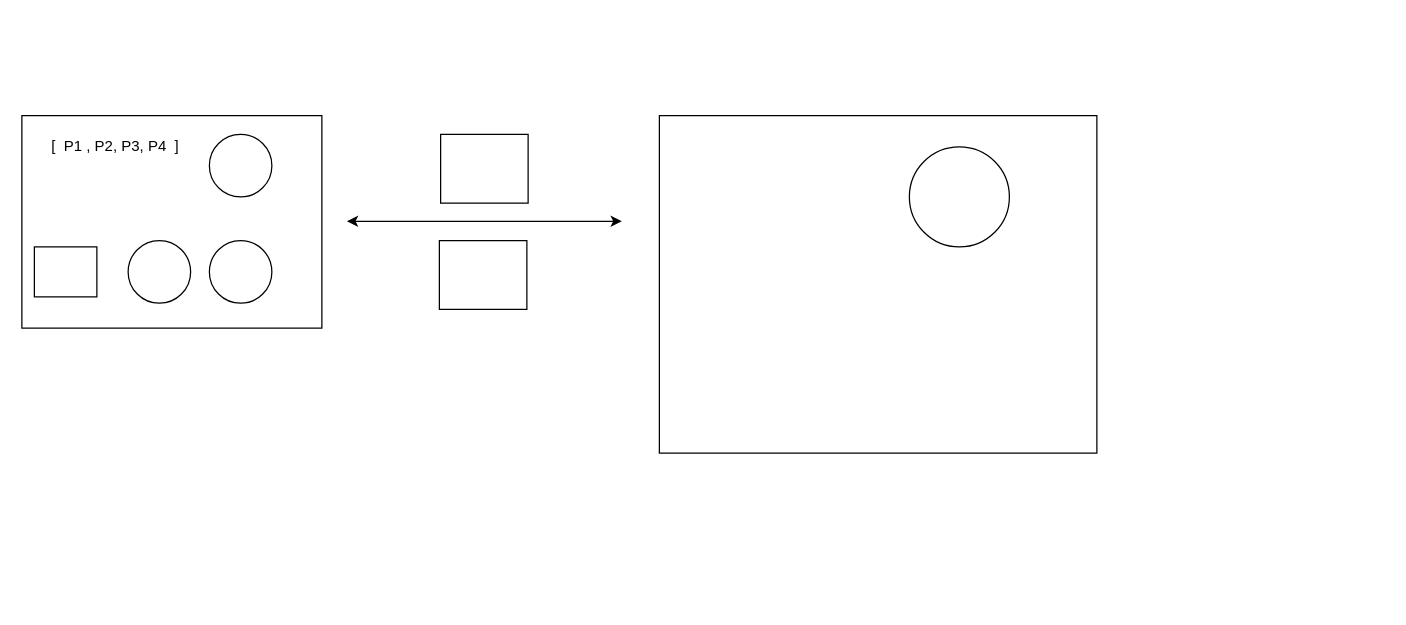
Above: page "Page-35" (35 of 35) of diagramas.drawio in almoril00/MEAN (draw.io), before the change. Source tidied: cells renumbered, new cells numbered last; positions are measured from the earlier drawing's top-left corner, leaving out a move shared by most shapes. Both pictures are drawn from the tidied source at 125%, with x=0, y=0 at pixel (21, 115).
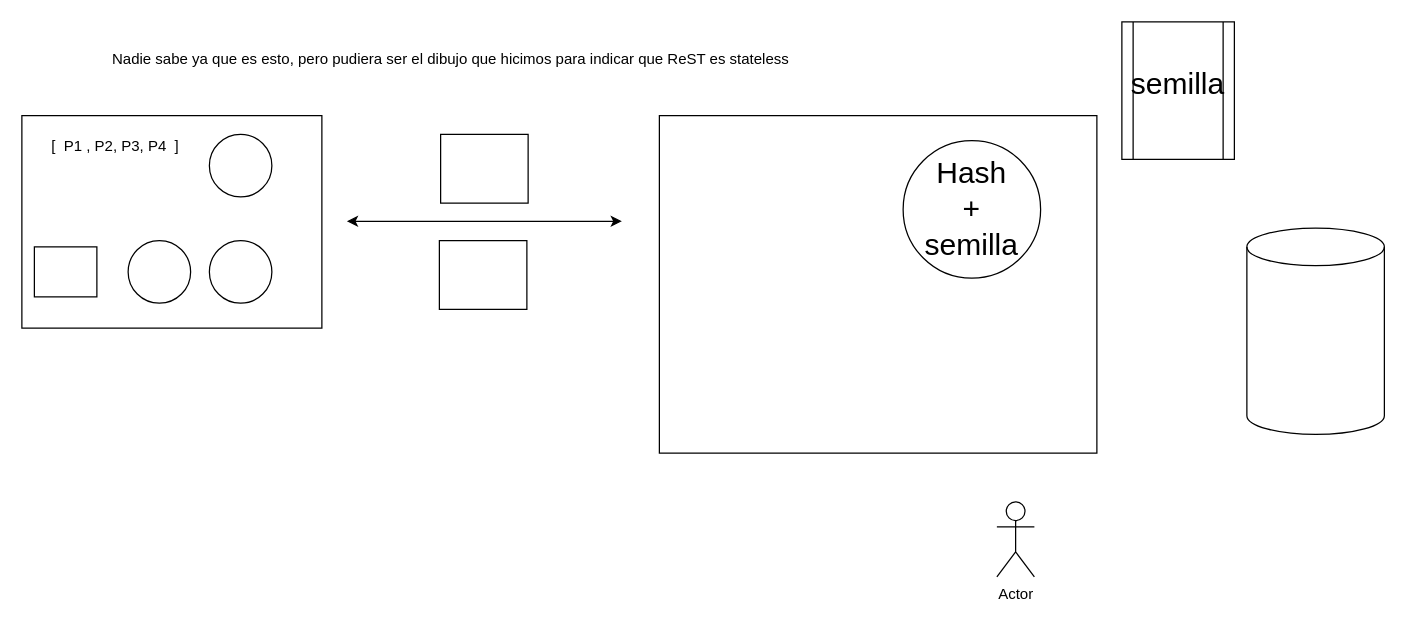
Above is the later version.

Commit message (it also covers changes not shown here):
JAvascript nos prometio que no nos haria daño pero era mentira

The edit, as a diff of the source:
```diff
@@
 <mxGraphModel>
   <root>
     <mxCell id="0" />
     <mxCell id="1" parent="0" />
     <mxCell id="2" style="rounded=0;whiteSpace=wrap;html=1;fillColor=none;" parent="1" vertex="1">
       <mxGeometry x="510" width="350" height="270" as="geometry" />
     </mxCell>
     <mxCell id="3" style="ellipse;whiteSpace=wrap;html=1;fillColor=none;" parent="1" vertex="1">
-      <mxGeometry x="710" y="25" width="80" height="80" as="geometry" />
+      <mxGeometry x="705" y="20" width="110" height="110" as="geometry" />
     </mxCell>
     <mxCell id="4" style="rounded=0;whiteSpace=wrap;html=1;fillColor=none;" parent="1" vertex="1">
       <mxGeometry width="240" height="170" as="geometry" />
     </mxCell>
     <mxCell id="5" style="endArrow=classic;startArrow=classic;html=1;" parent="1" edge="1">
       <mxGeometry relative="1" as="geometry">
         <mxPoint x="260" y="84.5" as="sourcePoint" />
         <mxPoint x="480" y="84.5" as="targetPoint" />
       </mxGeometry>
     </mxCell>
     <mxCell id="6" value="[&amp;nbsp; P1 , P2, P3, P4&amp;nbsp; ]" style="text;html=1;strokeColor=none;fillColor=none;align=center;verticalAlign=middle;whiteSpace=wrap;rounded=0;" parent="1" vertex="1">
       <mxGeometry x="10" y="15" width="130" height="20" as="geometry" />
     </mxCell>
     <mxCell id="7" style="rounded=0;whiteSpace=wrap;html=1;fillColor=none;" parent="1" vertex="1">
       <mxGeometry x="10" y="105" width="50" height="40" as="geometry" />
     </mxCell>
     <mxCell id="8" style="ellipse;whiteSpace=wrap;html=1;fillColor=none;" parent="1" vertex="1">
       <mxGeometry x="85" y="100" width="50" height="50" as="geometry" />
     </mxCell>
     <mxCell id="9" style="ellipse;whiteSpace=wrap;html=1;fillColor=none;" parent="1" vertex="1">
       <mxGeometry x="150" y="100" width="50" height="50" as="geometry" />
     </mxCell>
     <mxCell id="10" style="ellipse;whiteSpace=wrap;html=1;fillColor=none;" parent="1" vertex="1">
       <mxGeometry x="150" y="15" width="50" height="50" as="geometry" />
     </mxCell>
     <mxCell id="11" style="rounded=0;whiteSpace=wrap;html=1;fillColor=none;" parent="1" vertex="1">
       <mxGeometry x="335" y="15" width="70" height="55" as="geometry" />
     </mxCell>
     <mxCell id="12" style="rounded=0;whiteSpace=wrap;html=1;fillColor=none;" parent="1" vertex="1">
       <mxGeometry x="334" y="100" width="70" height="55" as="geometry" />
     </mxCell>
+    <mxCell id="13" value="Nadie sabe ya que es esto, pero pudiera ser el dibujo que hicimos para indicar que ReST es stateless&amp;nbsp;" style="text;html=1;strokeColor=none;fillColor=none;align=center;verticalAlign=middle;whiteSpace=wrap;rounded=0;" parent="1" vertex="1">
+      <mxGeometry y="-55" width="690" height="20" as="geometry" />
+    </mxCell>
+    <mxCell id="14" style="shape=cylinder3;whiteSpace=wrap;html=1;boundedLbl=1;backgroundOutline=1;size=15;" parent="1" vertex="1">
+      <mxGeometry x="980" y="90" width="110" height="165" as="geometry" />
+    </mxCell>
+    <mxCell id="15" value="&lt;font style=&quot;font-size: 24px&quot;&gt;Hash&lt;br&gt;+&lt;br&gt;semilla&lt;br&gt;&lt;/font&gt;" style="text;html=1;strokeColor=none;fillColor=none;align=center;verticalAlign=middle;whiteSpace=wrap;rounded=0;" parent="1" vertex="1">
+      <mxGeometry x="740" y="65" width="40" height="20" as="geometry" />
+    </mxCell>
+    <mxCell id="16" style="shape=process;whiteSpace=wrap;html=1;backgroundOutline=1;" parent="1" vertex="1">
+      <mxGeometry x="880" y="-75" width="90" height="110" as="geometry" />
+    </mxCell>
+    <mxCell id="17" value="&lt;font style=&quot;font-size: 24px&quot;&gt;semilla&lt;/font&gt;" style="text;html=1;strokeColor=none;fillColor=none;align=center;verticalAlign=middle;whiteSpace=wrap;rounded=0;" parent="1" vertex="1">
+      <mxGeometry x="905" y="-35" width="40" height="20" as="geometry" />
+    </mxCell>
+    <mxCell id="18" value="Actor" style="shape=umlActor;verticalLabelPosition=bottom;verticalAlign=top;html=1;" parent="1" vertex="1">
+      <mxGeometry x="780" y="309" width="30" height="60" as="geometry" />
+    </mxCell>
   </root>
 </mxGraphModel>
```
